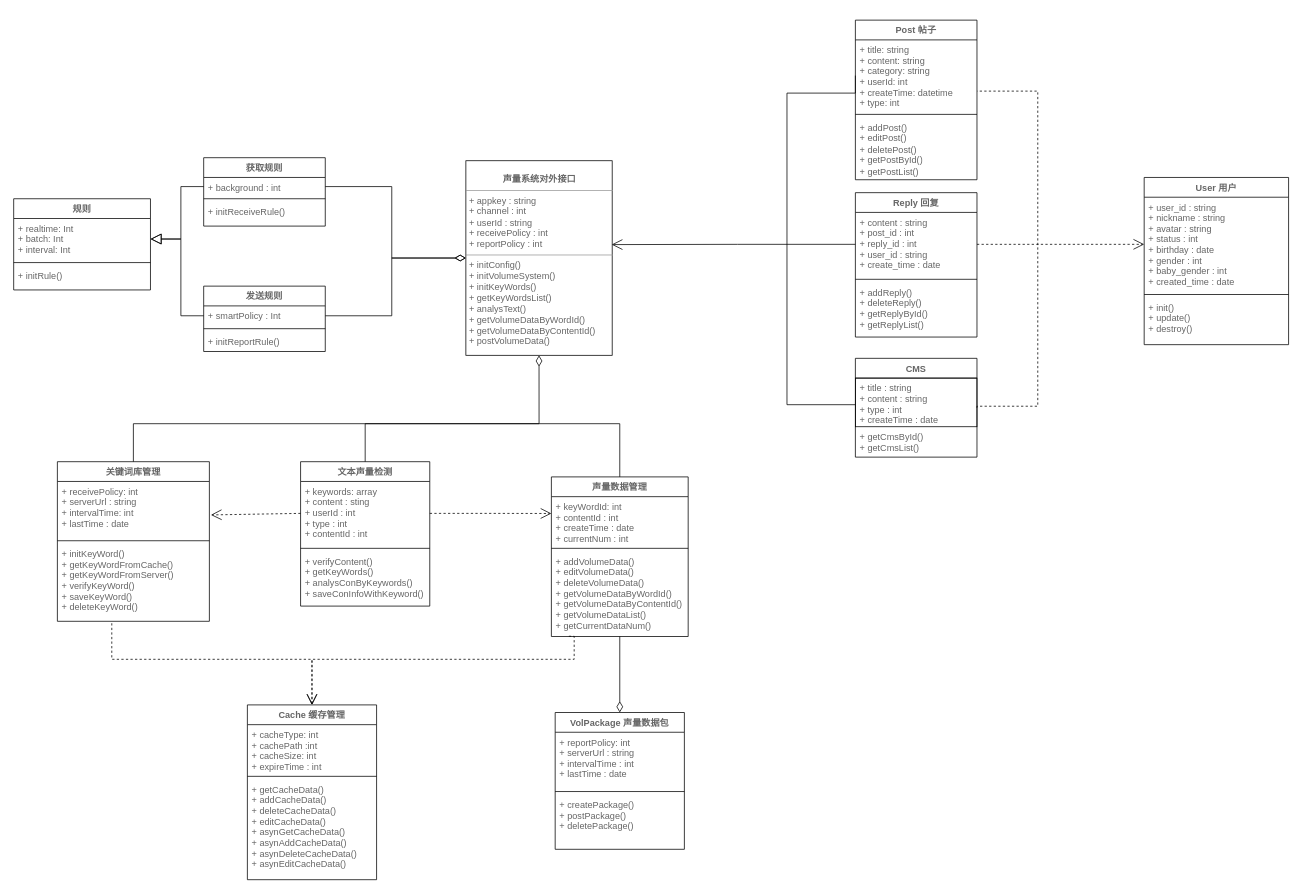
Before: page "Page-4" (4 of 5) of 声量系统UML.drawio in ikeyyang/uml, a draw.io diagram. Source tidied: cells renumbered, new cells numbered last; positions are measured from the earlier drawing's top-left corner, leaving out a move shared by most shapes. Both pictures are drawn from the tidied source at 76%, with x=0, y=0 at pixel (13, 20).
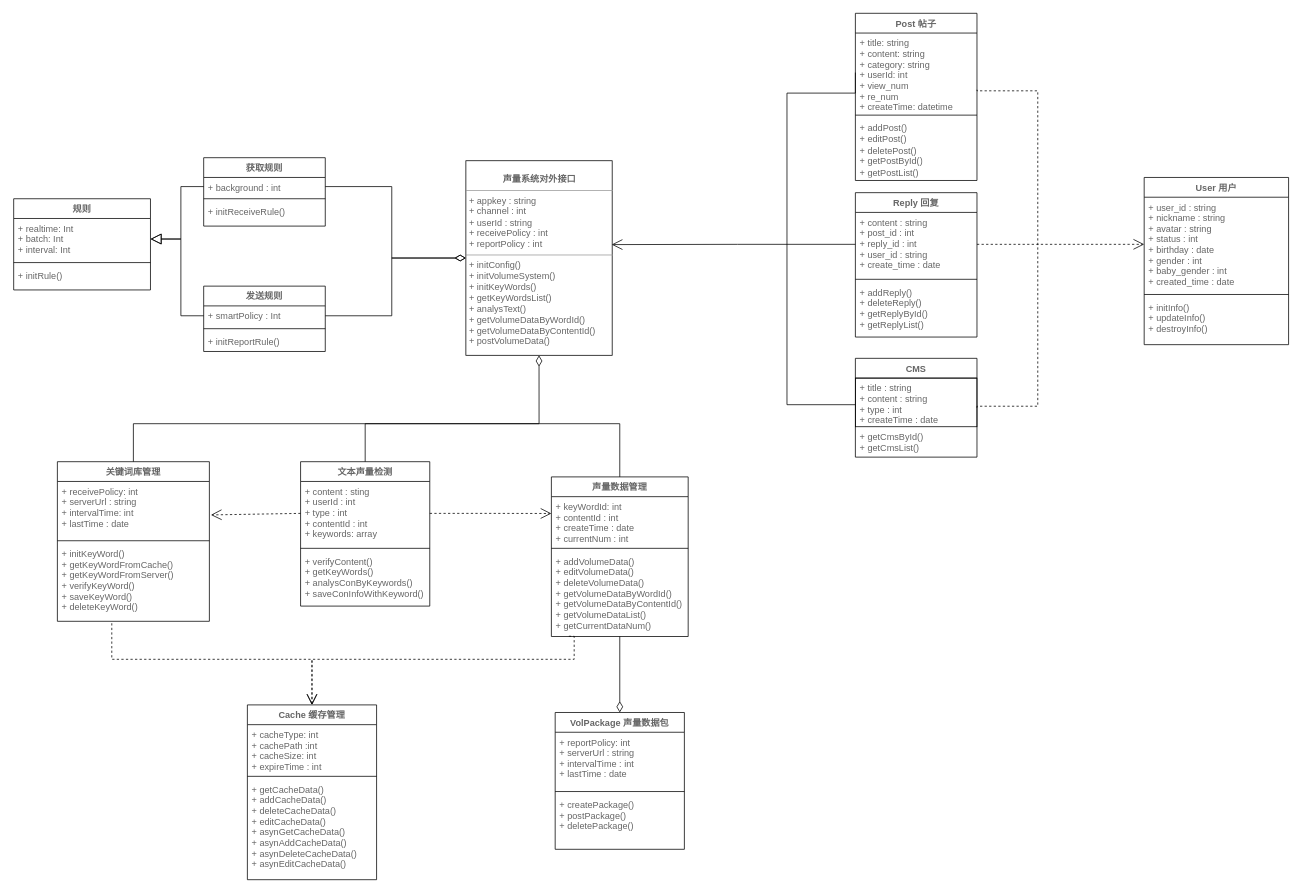
The same diagram, later.

The change refers to these unchanged cells:
```xml
<mxCell id="16" value="文本声量检测" style="swimlane;fontStyle=1;align=center;verticalAlign=top;horizontal=1;startSize=26;strokeColor=#000000;strokeWidth=1;fillColor=none;fontColor=#666666;" parent="1" vertex="1">
  <mxGeometry x="378" y="581" width="170" height="190" as="geometry" />
</mxCell>
<mxCell id="38" value="User 用户" style="swimlane;fontStyle=1;align=center;verticalAlign=top;horizontal=1;startSize=26;strokeColor=#000000;strokeWidth=1;fillColor=none;fontColor=#666666;" parent="1" vertex="1">
  <mxGeometry x="1488" y="207" width="190" height="220" as="geometry" />
</mxCell>
```

Diff of the diagram source:
```diff
@@
     <mxCell id="11" value="Post 帖子" style="swimlane;fontStyle=1;align=center;verticalAlign=top;horizontal=1;startSize=26;strokeColor=#000000;strokeWidth=1;fillColor=none;fontColor=#666666;" parent="1" vertex="1">
-      <mxGeometry x="1108" width="160" height="210" as="geometry" />
+      <mxGeometry x="1108" y="-9" width="160" height="220" as="geometry" />
     </mxCell>
-    <mxCell id="12" value="+ title: string&#10;+ content: string&#10;+ category: string&#10;+ userId: int&#10;+ createTime: datetime&#10;+ type: int" style="text;strokeColor=none;fillColor=none;align=left;verticalAlign=top;spacingLeft=4;spacingRight=4;overflow=hidden;points=[[0,0.5],[1,0.5]];portConstraint=eastwest;fontColor=#666666;" parent="11" vertex="1">
-      <mxGeometry y="26" width="160" height="94" as="geometry" />
+    <mxCell id="12" value="+ title: string&#10;+ content: string&#10;+ category: string&#10;+ userId: int&#10;+ view_num&#10;+ re_num&#10;+ createTime: datetime" style="text;strokeColor=none;fillColor=none;align=left;verticalAlign=top;spacingLeft=4;spacingRight=4;overflow=hidden;points=[[0,0.5],[1,0.5]];portConstraint=eastwest;fontColor=#666666;" parent="11" vertex="1">
+      <mxGeometry y="26" width="160" height="104" as="geometry" />
     </mxCell>
     <mxCell id="13" style="line;strokeWidth=1;fillColor=none;align=left;verticalAlign=middle;spacingTop=-1;spacingLeft=3;spacingRight=3;labelPosition=right;fontColor=#666666;" parent="11" vertex="1">
-      <mxGeometry y="120" width="160" height="8" as="geometry" />
+      <mxGeometry y="130" width="160" height="8" as="geometry" />
     </mxCell>
     <mxCell id="14" value="+ addPost()&#10;+ editPost()&#10;+ deletePost()&#10;+ getPostById()&#10;+ getPostList()" style="text;strokeColor=none;fillColor=none;align=left;verticalAlign=top;spacingLeft=4;spacingRight=4;overflow=hidden;whiteSpace=wrap;fontColor=#666666;" parent="11" vertex="1">
-      <mxGeometry y="128" width="160" height="82" as="geometry" />
+      <mxGeometry y="138" width="160" height="82" as="geometry" />
     </mxCell>
@@
-    <mxCell id="17" value="+ keywords: array&#10;+ content : sting&#10;+ userId : int&#10;+ type : int&#10;+ contentId : int" style="text;strokeColor=none;fillColor=none;align=left;verticalAlign=top;spacingLeft=4;spacingRight=4;overflow=hidden;points=[[0,0.5],[1,0.5]];portConstraint=eastwest;fontColor=#666666;" parent="16" vertex="1">
+    <mxCell id="17" value="+ content : sting&#10;+ userId : int&#10;+ type : int&#10;+ contentId : int&#10;+ keywords: array" style="text;strokeColor=none;fillColor=none;align=left;verticalAlign=top;spacingLeft=4;spacingRight=4;overflow=hidden;points=[[0,0.5],[1,0.5]];portConstraint=eastwest;fontColor=#666666;" parent="16" vertex="1">
       <mxGeometry y="26" width="170" height="84" as="geometry" />
     </mxCell>
@@
-    <mxCell id="41" value="+ init()&#10;+ update()&#10;+ destroy()&#10;" style="text;strokeColor=none;fillColor=none;align=left;verticalAlign=top;spacingLeft=4;spacingRight=4;overflow=hidden;fontColor=#666666;" parent="38" vertex="1">
+    <mxCell id="41" value="+ initInfo()&#10;+ updateInfo()&#10;+ destroyInfo()&#10;" style="text;strokeColor=none;fillColor=none;align=left;verticalAlign=top;spacingLeft=4;spacingRight=4;overflow=hidden;fontColor=#666666;" parent="38" vertex="1">
       <mxGeometry y="158" width="190" height="62" as="geometry" />
     </mxCell>
```
